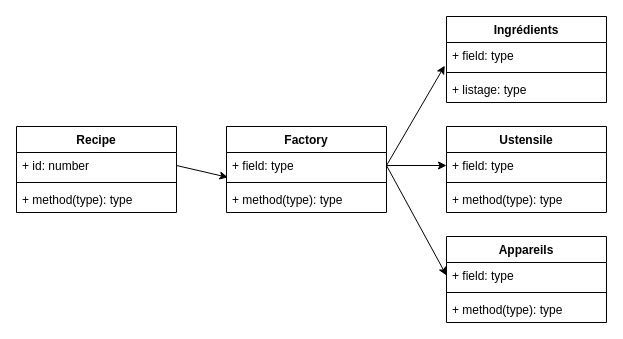
Emmanuel97423/les-petits-plats keeps this draw.io diagram as classes.drawio. Above is the earlier version. Source tidied: cells renumbered, new cells numbered last; positions are measured from the earlier drawing's top-left corner, leaving out a move shared by most shapes. Both pictures are drawn from the tidied source at 100%, with x=0, y=0 at pixel (16, 16).
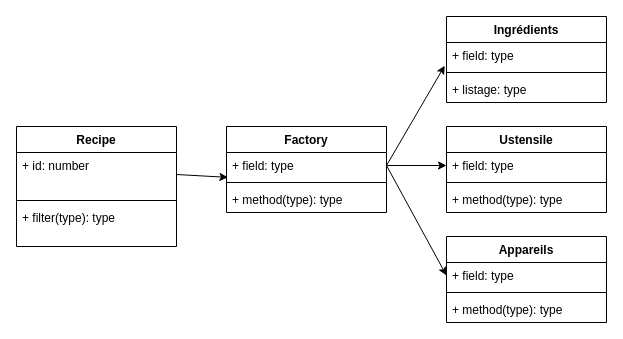
After the change.

What changed in the source:
```diff
@@
     <mxCell id="2" value="Recipe" style="swimlane;fontStyle=1;align=center;verticalAlign=top;horizontal=1;startSize=26;" parent="1" vertex="1">
-      <mxGeometry y="110" width="160" height="86" as="geometry" />
+      <mxGeometry y="110" width="160" height="120" as="geometry" />
     </mxCell>
     <mxCell id="3" value="+ id: number&#10;" style="text;strokeColor=none;fillColor=none;align=left;verticalAlign=top;spacingLeft=4;spacingRight=4;overflow=hidden;points=[[0,0.5],[1,0.5]];portConstraint=eastwest;" parent="2" vertex="1">
-      <mxGeometry y="26" width="160" height="26" as="geometry" />
+      <mxGeometry y="26" width="160" height="44" as="geometry" />
     </mxCell>
     <mxCell id="4" style="line;strokeWidth=1;fillColor=none;align=left;verticalAlign=middle;spacingTop=-1;spacingLeft=3;spacingRight=3;labelPosition=right;" parent="2" vertex="1">
-      <mxGeometry y="52" width="160" height="8" as="geometry" />
+      <mxGeometry y="70" width="160" height="8" as="geometry" />
     </mxCell>
-    <mxCell id="5" value="+ method(type): type" style="text;strokeColor=none;fillColor=none;align=left;verticalAlign=top;spacingLeft=4;spacingRight=4;overflow=hidden;" parent="2" vertex="1">
-      <mxGeometry y="60" width="160" height="26" as="geometry" />
+    <mxCell id="5" value="+ filter(type): type" style="text;strokeColor=none;fillColor=none;align=left;verticalAlign=top;spacingLeft=4;spacingRight=4;overflow=hidden;" parent="2" vertex="1">
+      <mxGeometry y="78" width="160" height="42" as="geometry" />
     </mxCell>
```
